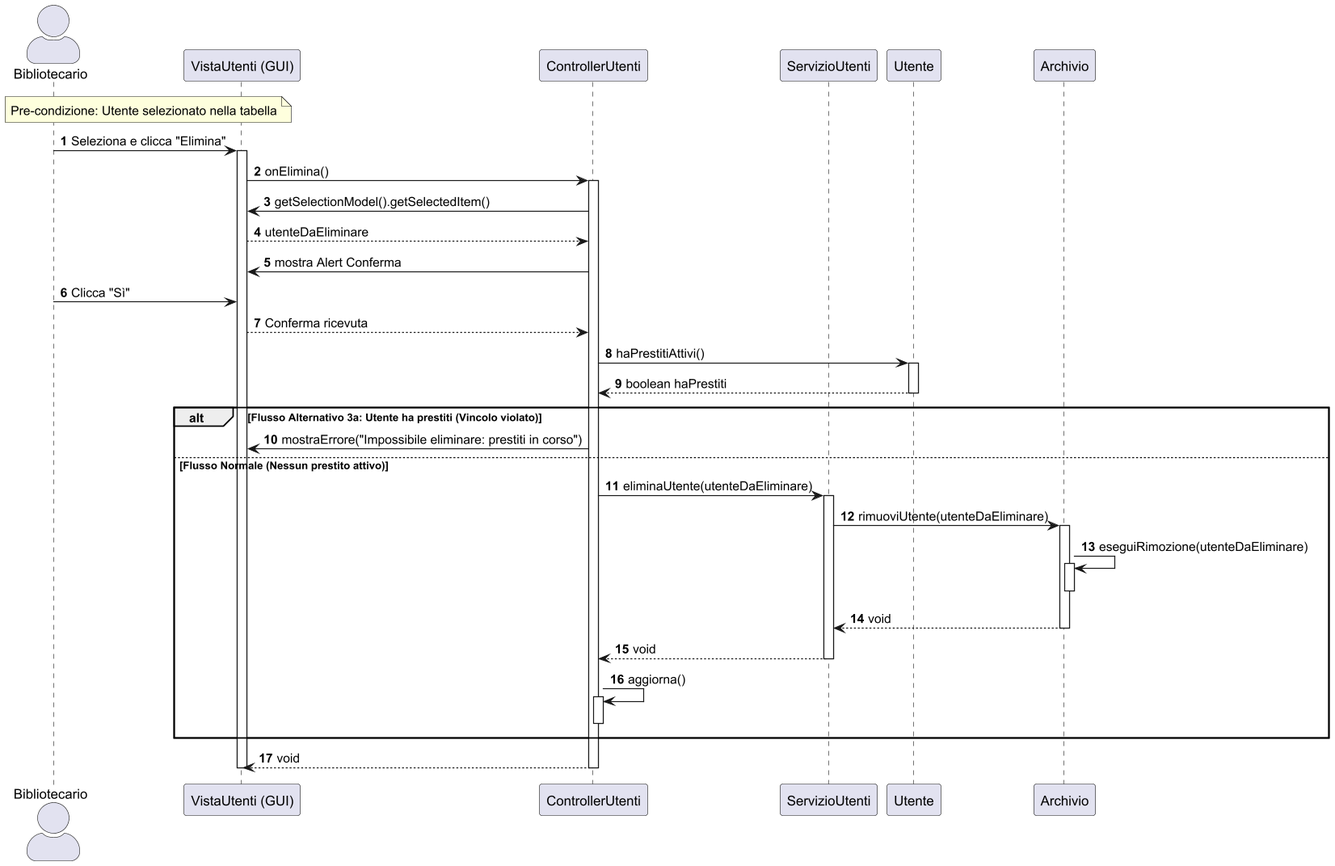
digregoriomario/bibliosoft keeps this PlantUML diagram as docs/Design/Diagrammi di sequenza/UC10.png. Above is the earlier version.
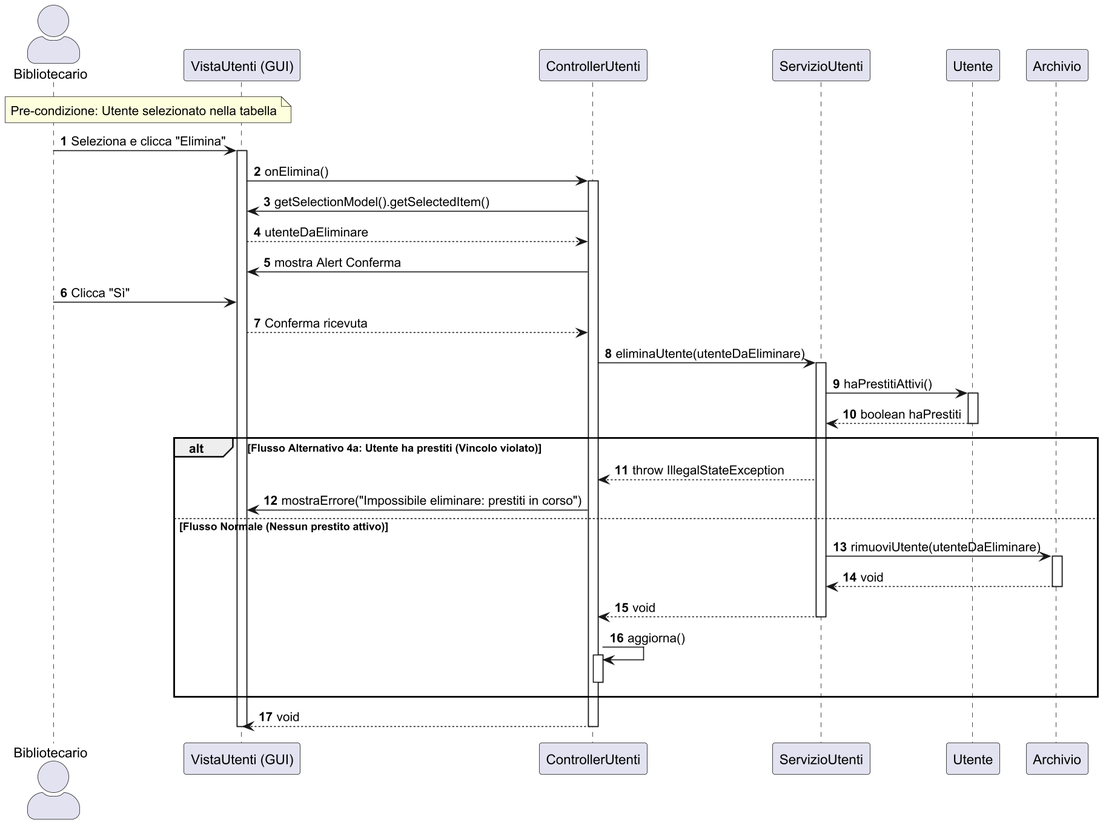
The same diagram one commit later.

The edit, as a diff of the source:
```diff
@@ -1,5 +1,5 @@
 @startuml
-scale 1.5
+scale 2
 skinparam actorStyle awesome
 autonumber
 
@@ -14,6 +14,7 @@
 
 User -> GUI : Seleziona e clicca "Elimina"
 activate GUI
+
 GUI -> CU : onElimina()
 activate CU
 
@@ -24,35 +25,37 @@
     User -> GUI : Clicca "Sì"
     GUI --> CU : Conferma ricevuta
 
-    CU -> Model : haPrestitiAttivi()
-    activate Model
-    Model --> CU : boolean haPrestiti
-    deactivate Model
+    CU -> SU : eliminaUtente(utenteDaEliminare)
+    activate SU
 
-    alt Flusso Alternativo 3a: Utente ha prestiti (Vincolo violato)
-        CU -> GUI : mostraErrore("Impossibile eliminare: prestiti in corso")
+        SU -> Model : haPrestitiAttivi()
+        activate Model
+        Model --> SU : boolean haPrestiti
+        deactivate Model
 
-    else Flusso Normale (Nessun prestito attivo)
-        CU -> SU : eliminaUtente(utenteDaEliminare)
-        activate SU
+        alt Flusso Alternativo 4a: Utente ha prestiti (Vincolo violato)
+
+            SU --> CU : throw IllegalStateException
+
+            CU -> GUI : mostraErrore("Impossibile eliminare: prestiti in corso")
+
+        else Flusso Normale (Nessun prestito attivo)
 
             SU -> ARC : rimuoviUtente(utenteDaEliminare)
             activate ARC
-            ARC -> ARC : eseguiRimozione(utenteDaEliminare)
-            activate ARC
-            deactivate ARC
             ARC --> SU : void
             deactivate ARC
 
-        SU --> CU : void
-        deactivate SU
+            SU --> CU : void
+            deactivate SU
 
-        CU -> CU : aggiorna()
-        activate CU
-        deactivate CU
-    end
+            CU -> CU : aggiorna()
+            activate CU
+            deactivate CU
+        end
 
 CU --> GUI : void
 deactivate CU
 deactivate GUI
+
 @enduml
```
